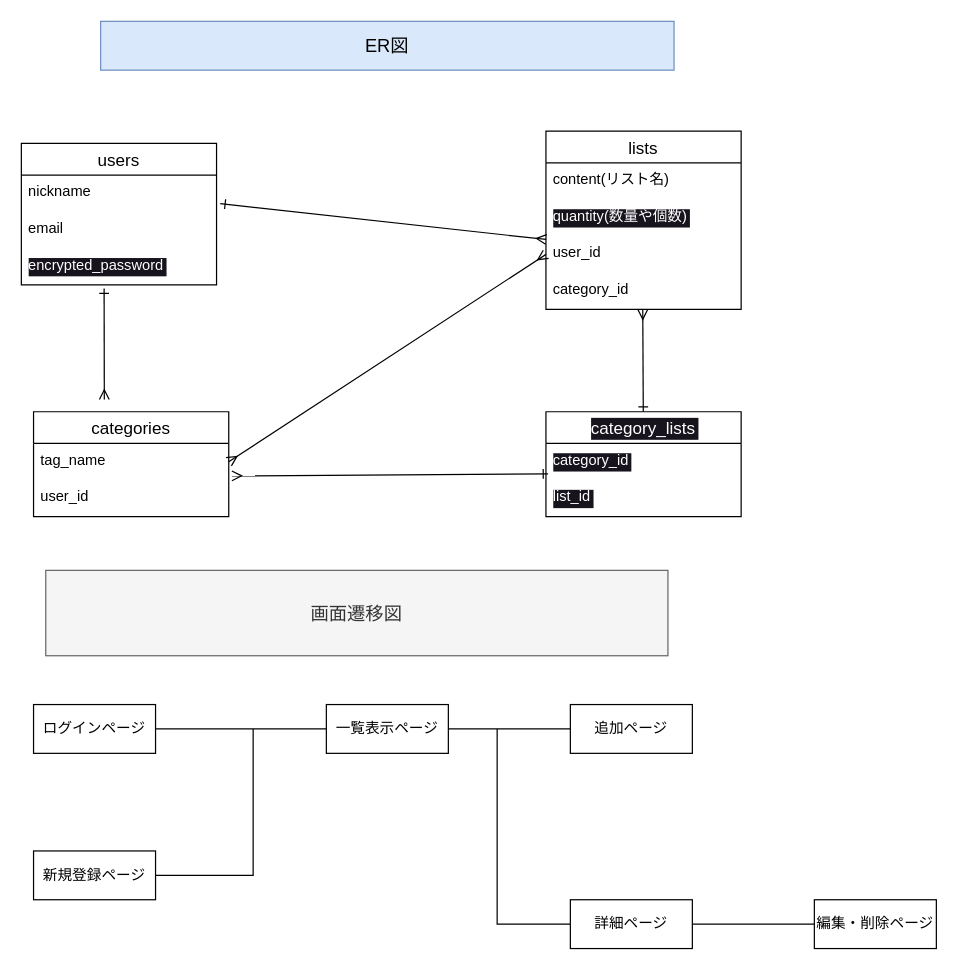
Above: test.dio in mofumofusand/buylist (draw.io), before the change. Source tidied: cells renumbered, new cells numbered last; positions are measured from the earlier drawing's top-left corner, leaving out a move shared by most shapes. Both pictures are drawn from the tidied source at 122%, with x=0, y=0 at pixel (21, 21).
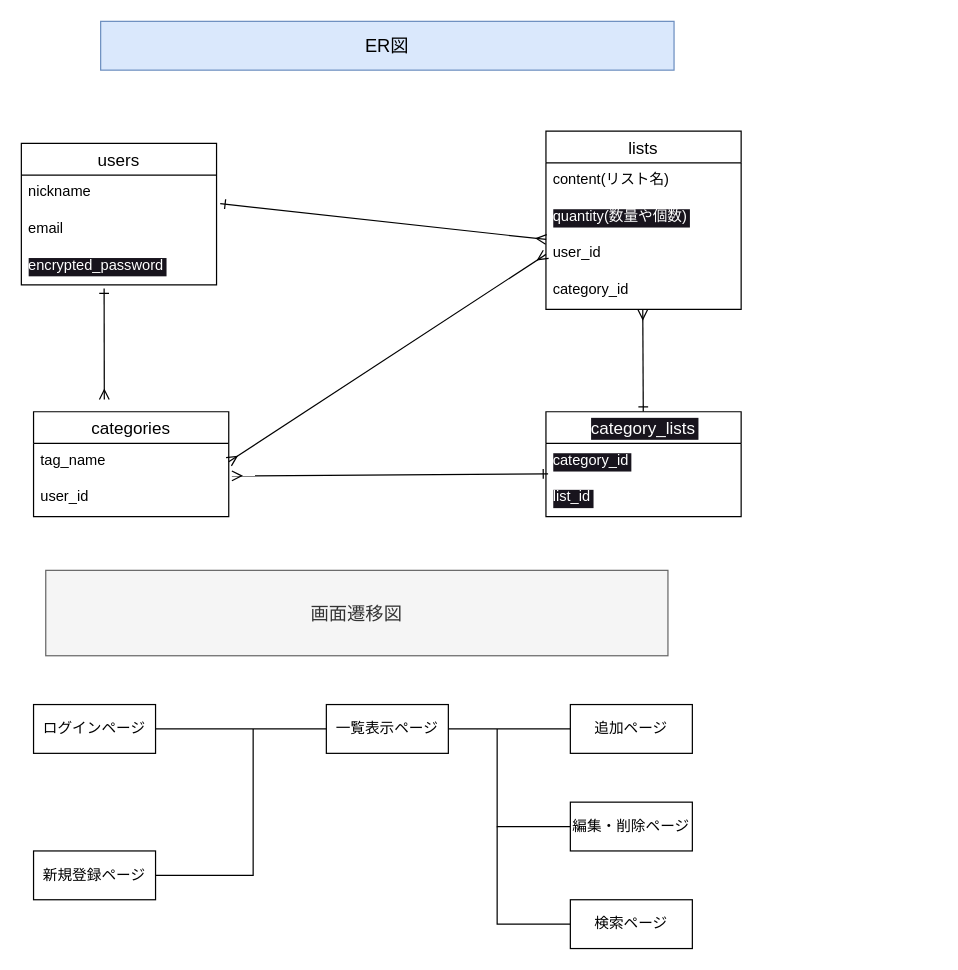
The same diagram, later.

The edit, as a diff of the source:
```diff
@@
-    <mxCell id="18" style="edgeStyle=none;html=1;startArrow=none;startFill=0;endArrow=none;endFill=0;exitX=0;exitY=0.5;exitDx=0;exitDy=0;rounded=0;" parent="1" edge="1" source="19">
-      <mxGeometry relative="1" as="geometry">
-        <mxPoint x="390" y="580" as="targetPoint" />
-        <Array as="points">
-          <mxPoint x="390" y="740" />
-        </Array>
-      </mxGeometry>
-    </mxCell>
+    <mxCell id="35" style="edgeStyle=none;rounded=0;html=1;exitX=0;exitY=0.5;exitDx=0;exitDy=0;startArrow=none;startFill=0;endArrow=none;endFill=0;" parent="1" edge="1" source="19">
+      <mxGeometry relative="1" as="geometry">
+        <mxPoint x="390" y="660" as="targetPoint" />
+        <Array as="points">
+          <mxPoint x="390" y="740" />
+        </Array>
+      </mxGeometry>
+    </mxCell>
-    <mxCell id="19" value="詳細ページ" style="whiteSpace=wrap;html=1;align=center;" parent="1" vertex="1">
+    <mxCell id="19" value="検索ページ" style="whiteSpace=wrap;html=1;align=center;" parent="1" vertex="1">
       <mxGeometry x="450" y="720" width="100" height="40" as="geometry" />
     </mxCell>
@@
-    <mxCell id="21" style="edgeStyle=none;html=1;startArrow=none;startFill=0;endArrow=none;endFill=0;rounded=0;entryX=1;entryY=0.5;entryDx=0;entryDy=0;" parent="1" edge="1" target="19">
-      <mxGeometry relative="1" as="geometry">
-        <mxPoint x="650" y="740" as="sourcePoint" />
-      </mxGeometry>
-    </mxCell>
+    <mxCell id="36" style="edgeStyle=none;html=1;exitX=0;exitY=0.5;exitDx=0;exitDy=0;rounded=0;startArrow=none;startFill=0;endArrow=none;endFill=0;" parent="1" edge="1" source="22">
+      <mxGeometry relative="1" as="geometry">
+        <mxPoint x="390" y="580" as="targetPoint" />
+        <Array as="points">
+          <mxPoint x="390" y="660" />
+        </Array>
+      </mxGeometry>
+    </mxCell>
     <mxCell id="22" value="編集・削除ページ" style="whiteSpace=wrap;html=1;align=center;" parent="1" vertex="1">
-      <mxGeometry x="650" y="720" width="100" height="40" as="geometry" />
+      <mxGeometry x="450" y="640" width="100" height="40" as="geometry" />
     </mxCell>
```
